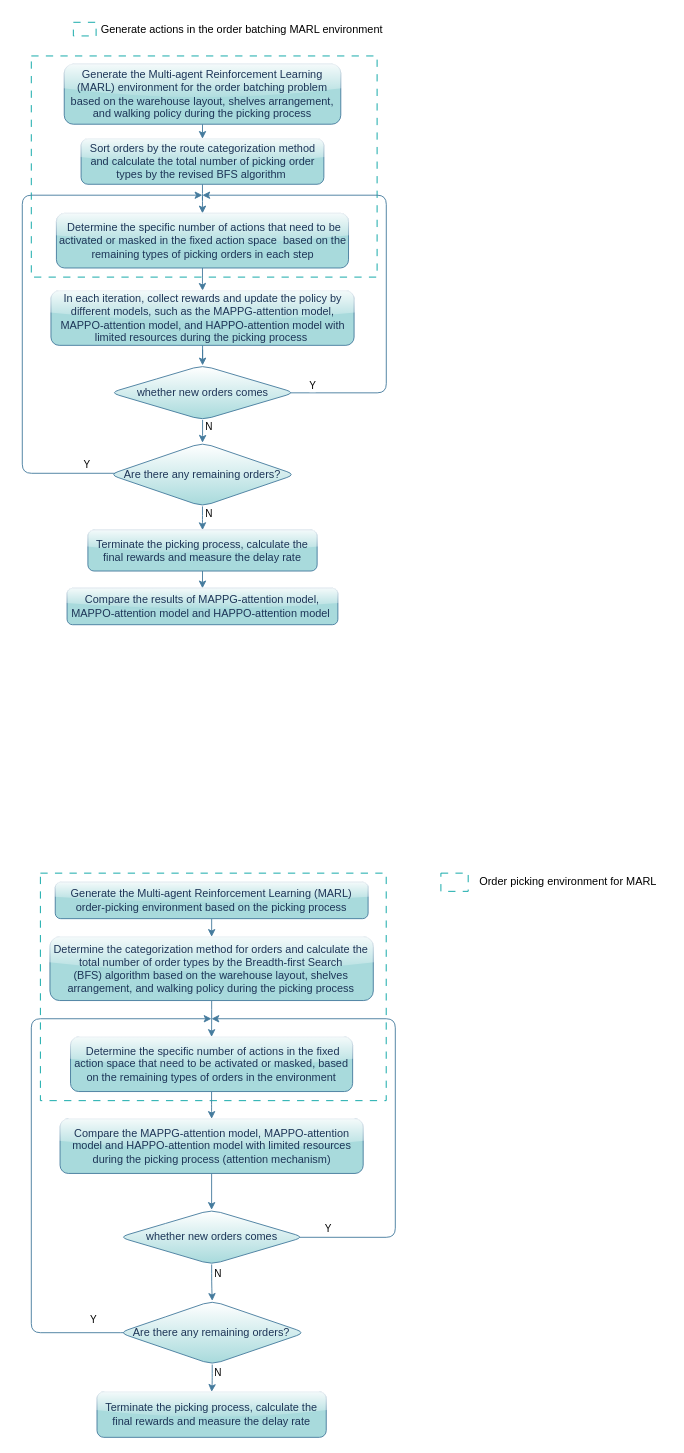
Above: 未命名绘图.drawio in xfl11/xfliu (draw.io), before the change. Source tidied: cells renumbered, new cells numbered last; positions are measured from the earlier drawing's top-left corner, leaving out a move shared by most shapes. Both pictures are drawn from the tidied source at 91%, with x=0, y=0 at pixel (22, 15).
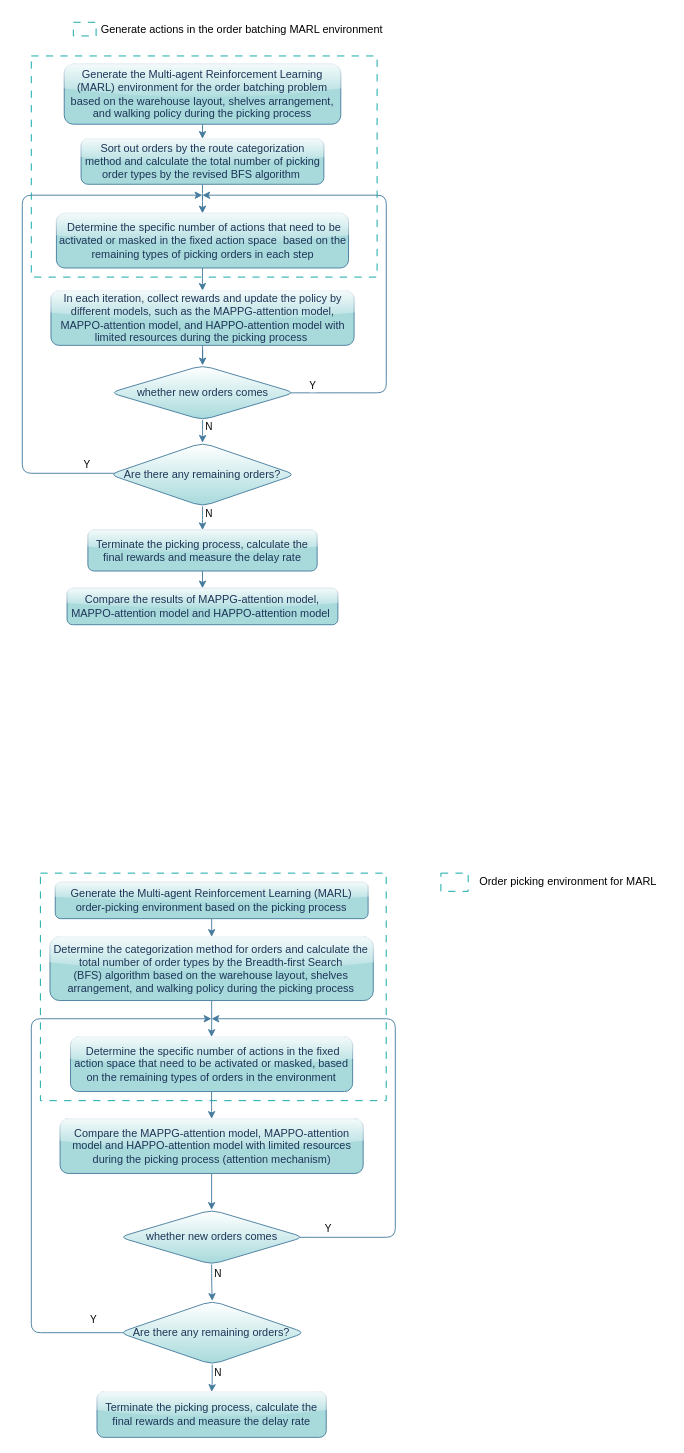
After the change.

Commit message:
更新未命名绘图.drawio

What changed in the source:
```diff
@@
-    <mxCell id="4" value="Sort orders by the route categorization method and calculate the total number of picking order types by the revised BFS algorithm&amp;nbsp;" style="rounded=1;whiteSpace=wrap;html=1;fillColor=#A8DADC;strokeColor=#457B9D;labelBackgroundColor=none;fontColor=#1D3557;glass=1;" parent="1" vertex="1">
+    <mxCell id="4" value="Sort out orders by the route categorization method and calculate the total number of picking order types by the revised BFS algorithm&amp;nbsp;" style="rounded=1;whiteSpace=wrap;html=1;fillColor=#A8DADC;strokeColor=#457B9D;labelBackgroundColor=none;fontColor=#1D3557;glass=1;" parent="1" vertex="1">
       <mxGeometry x="64.6" y="136" width="266.8" height="50" as="geometry" />
     </mxCell>
```
